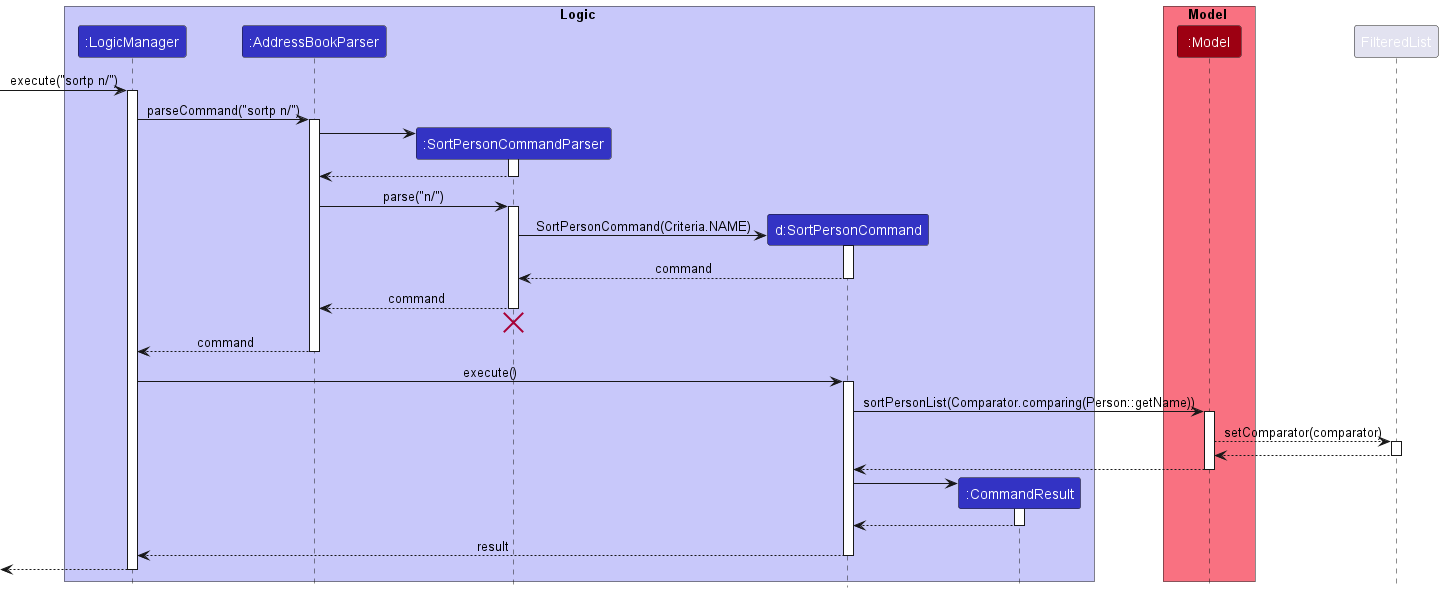
Before: docs/images/SortPersonSequence.png, a diagram exported from PlantUML (nus-cs2103-AY2223S1/tp).
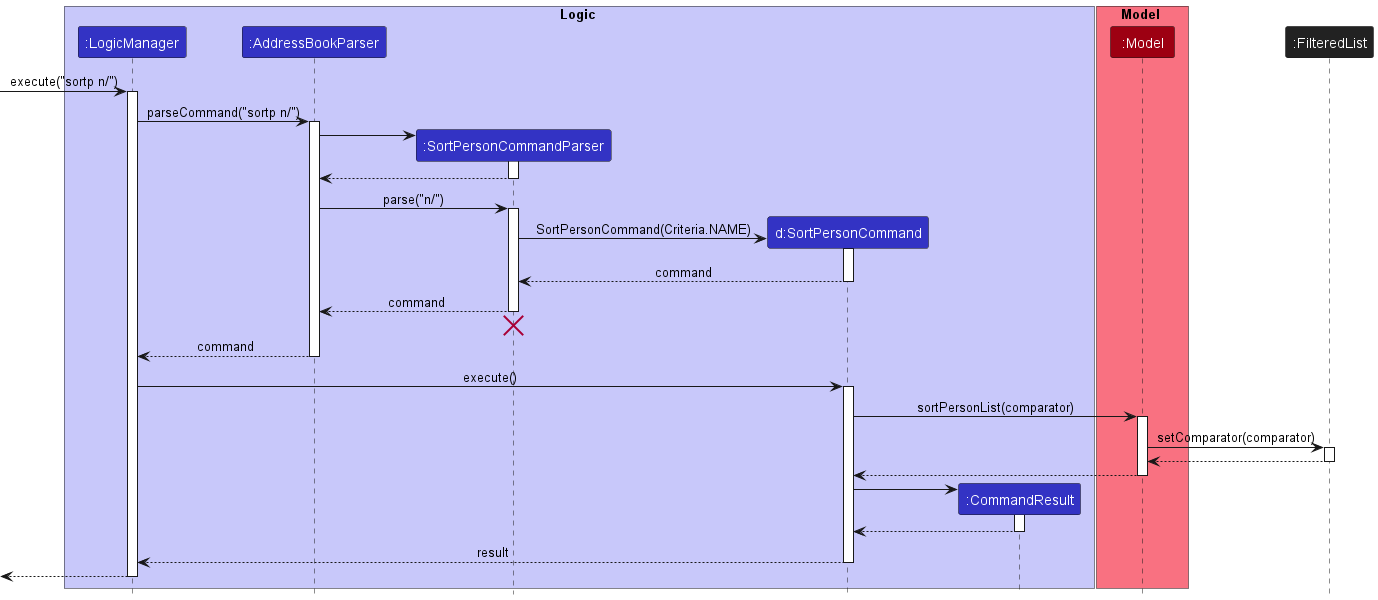
The same diagram one commit later.

Change to the diagram source:
```diff
@@ -12,6 +12,8 @@
 box Model MODEL_COLOR_T1
 participant ":Model" as Model MODEL_COLOR
 end box
+
+participant ":FilteredList" as FilteredList #222222
 
 [-> LogicManager : execute("sortp n/")
 activate LogicManager
@@ -47,10 +49,10 @@
 LogicManager -> SortPersonCommand : execute()
 activate SortPersonCommand
 
-SortPersonCommand -> Model : sortPersonList(Comparator.comparing(Person::getName))
+SortPersonCommand -> Model : sortPersonList(comparator)
 activate Model
 
-Model --> FilteredList : setComparator(comparator)
+Model -> FilteredList : setComparator(comparator)
 activate FilteredList
 
 FilteredList --> Model
```
